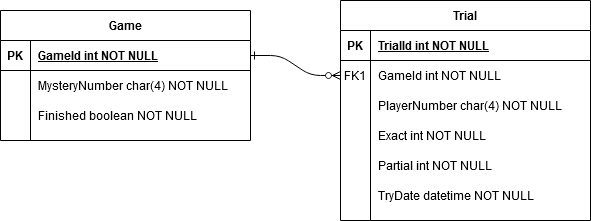
This is GuessNumber-ERD.png from NacerSebtiMS/GuessNumber-SpringBoot-REST, a draw.io export, as it was before one commit. Source tidied: cells renumbered, new cells last; positions are measured from the earlier drawing's top-left corner, leaving out a move shared by most shapes. Its diagram source:
```xml
<mxGraphModel>
  <root>
    <mxCell id="0" />
    <mxCell id="1" parent="0" />
    <mxCell id="2" style="edgeStyle=entityRelationEdgeStyle;endArrow=ERzeroToMany;startArrow=ERone;endFill=1;startFill=0;" parent="1" edge="1" source="23" target="7">
      <mxGeometry relative="1" as="geometry" />
    </mxCell>
    <mxCell id="3" value="Trial" style="shape=table;startSize=30;rowLines=0;fontStyle=1;align=center;" parent="1" vertex="1">
      <mxGeometry x="340" width="250" height="220" as="geometry" />
    </mxCell>
    <mxCell id="4" style="shape=partialRectangle;fillColor=none;top=0;left=0;right=0;bottom=1;" parent="3" vertex="1">
      <mxGeometry y="30" width="250" height="30" as="geometry" />
    </mxCell>
    <mxCell id="5" value="PK" style="shape=partialRectangle;overflow=hidden;fillColor=none;top=0;left=0;bottom=0;right=0;fontStyle=1;" parent="4" vertex="1">
      <mxGeometry width="30" height="30" as="geometry" />
    </mxCell>
    <mxCell id="6" value="TrialId int NOT NULL " style="shape=partialRectangle;overflow=hidden;fillColor=none;top=0;left=0;bottom=0;right=0;align=left;spacingLeft=6;fontStyle=5;" parent="4" vertex="1">
      <mxGeometry x="30" width="220" height="30" as="geometry" />
    </mxCell>
    <mxCell id="7" style="shape=partialRectangle;fillColor=none;points=[[0,0.5],[1,0.5]];portConstraint=eastwest;top=0;left=0;right=0;bottom=0;" parent="3" vertex="1">
      <mxGeometry y="60" width="250" height="30" as="geometry" />
    </mxCell>
    <mxCell id="8" value="FK1" style="shape=partialRectangle;overflow=hidden;fillColor=none;top=0;left=0;bottom=0;right=0;" parent="7" vertex="1">
      <mxGeometry width="30" height="30" as="geometry" />
    </mxCell>
    <mxCell id="9" value="GameId int NOT NULL" style="shape=partialRectangle;overflow=hidden;fillColor=none;top=0;left=0;bottom=0;right=0;align=left;spacingLeft=6;" parent="7" vertex="1">
      <mxGeometry x="30" width="220" height="30" as="geometry" />
    </mxCell>
    <mxCell id="10" style="shape=partialRectangle;fillColor=none;top=0;left=0;right=0;bottom=0;" parent="3" vertex="1">
      <mxGeometry y="90" width="250" height="30" as="geometry" />
    </mxCell>
    <mxCell id="11" style="shape=partialRectangle;overflow=hidden;fillColor=none;top=0;left=0;bottom=0;right=0;" parent="10" vertex="1">
      <mxGeometry width="30" height="30" as="geometry" />
    </mxCell>
    <mxCell id="12" value="PlayerNumber char(4) NOT NULL" style="shape=partialRectangle;overflow=hidden;fillColor=none;top=0;left=0;bottom=0;right=0;align=left;spacingLeft=6;" parent="10" vertex="1">
      <mxGeometry x="30" width="220" height="30" as="geometry" />
    </mxCell>
    <mxCell id="13" style="shape=partialRectangle;fillColor=none;top=0;left=0;right=0;bottom=0;" parent="3" vertex="1">
      <mxGeometry y="120" width="250" height="30" as="geometry" />
    </mxCell>
    <mxCell id="14" style="shape=partialRectangle;overflow=hidden;fillColor=none;top=0;left=0;bottom=0;right=0;" parent="13" vertex="1">
      <mxGeometry width="30" height="30" as="geometry" />
    </mxCell>
    <mxCell id="15" value="Exact int NOT NULL" style="shape=partialRectangle;overflow=hidden;fillColor=none;top=0;left=0;bottom=0;right=0;align=left;spacingLeft=6;" parent="13" vertex="1">
      <mxGeometry x="30" width="220" height="30" as="geometry" />
    </mxCell>
    <mxCell id="16" style="shape=partialRectangle;fillColor=none;top=0;left=0;right=0;bottom=0;" parent="3" vertex="1">
      <mxGeometry y="150" width="250" height="30" as="geometry" />
    </mxCell>
    <mxCell id="17" style="shape=partialRectangle;overflow=hidden;fillColor=none;top=0;left=0;bottom=0;right=0;" parent="16" vertex="1">
      <mxGeometry width="30" height="30" as="geometry" />
    </mxCell>
    <mxCell id="18" value="Partial int NOT NULL" style="shape=partialRectangle;overflow=hidden;fillColor=none;top=0;left=0;bottom=0;right=0;align=left;spacingLeft=6;" parent="16" vertex="1">
      <mxGeometry x="30" width="220" height="30" as="geometry" />
    </mxCell>
    <mxCell id="19" style="shape=partialRectangle;fillColor=none;top=0;left=0;right=0;bottom=0;" parent="3" vertex="1">
      <mxGeometry y="180" width="250" height="30" as="geometry" />
    </mxCell>
    <mxCell id="20" style="shape=partialRectangle;overflow=hidden;fillColor=none;top=0;left=0;bottom=0;right=0;" parent="19" vertex="1">
      <mxGeometry width="30" height="30" as="geometry" />
    </mxCell>
    <mxCell id="21" value="TryDate datetime NOT NULL" style="shape=partialRectangle;overflow=hidden;fillColor=none;top=0;left=0;bottom=0;right=0;align=left;spacingLeft=6;" parent="19" vertex="1">
      <mxGeometry x="30" width="220" height="30" as="geometry" />
    </mxCell>
    <mxCell id="22" value="Game" style="shape=table;startSize=30;rowLines=0;fontStyle=1;align=center;" parent="1" vertex="1">
      <mxGeometry y="10" width="250" height="130" as="geometry" />
    </mxCell>
    <mxCell id="23" style="shape=partialRectangle;fillColor=none;points=[[0,0.5],[1,0.5]];portConstraint=eastwest;top=0;left=0;right=0;bottom=1;" parent="22" vertex="1">
      <mxGeometry y="30" width="250" height="30" as="geometry" />
    </mxCell>
    <mxCell id="24" value="PK" style="shape=partialRectangle;overflow=hidden;fillColor=none;top=0;left=0;bottom=0;right=0;fontStyle=1;" parent="23" vertex="1">
      <mxGeometry width="30" height="30" as="geometry" />
    </mxCell>
    <mxCell id="25" value="GameId int NOT NULL " style="shape=partialRectangle;overflow=hidden;fillColor=none;top=0;left=0;bottom=0;right=0;align=left;spacingLeft=6;fontStyle=5;" parent="23" vertex="1">
      <mxGeometry x="30" width="220" height="30" as="geometry" />
    </mxCell>
    <mxCell id="26" style="shape=partialRectangle;fillColor=none;top=0;left=0;right=0;bottom=0;" parent="22" vertex="1">
      <mxGeometry y="60" width="250" height="30" as="geometry" />
    </mxCell>
    <mxCell id="27" style="shape=partialRectangle;overflow=hidden;fillColor=none;top=0;left=0;bottom=0;right=0;" parent="26" vertex="1">
      <mxGeometry width="30" height="30" as="geometry" />
    </mxCell>
    <mxCell id="28" value="MysteryNumber char(4) NOT NULL" style="shape=partialRectangle;overflow=hidden;fillColor=none;top=0;left=0;bottom=0;right=0;align=left;spacingLeft=6;" parent="26" vertex="1">
      <mxGeometry x="30" width="220" height="30" as="geometry" />
    </mxCell>
    <mxCell id="29" style="shape=partialRectangle;fillColor=none;top=0;left=0;right=0;bottom=0;" parent="22" vertex="1">
      <mxGeometry y="90" width="250" height="30" as="geometry" />
    </mxCell>
    <mxCell id="30" style="shape=partialRectangle;overflow=hidden;fillColor=none;top=0;left=0;bottom=0;right=0;" parent="29" vertex="1">
      <mxGeometry width="30" height="30" as="geometry" />
    </mxCell>
    <mxCell id="31" value="Finished boolean NOT NULL" style="shape=partialRectangle;overflow=hidden;fillColor=none;top=0;left=0;bottom=0;right=0;align=left;spacingLeft=6;" parent="29" vertex="1">
      <mxGeometry x="30" width="220" height="30" as="geometry" />
    </mxCell>
  </root>
</mxGraphModel>
```
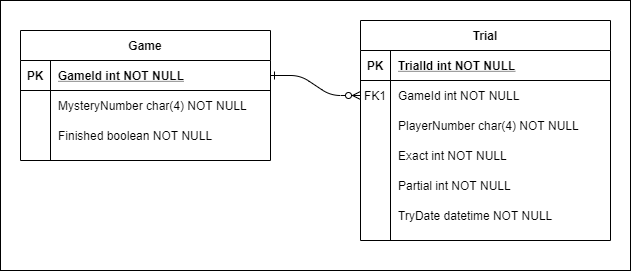
After the commit.

Commit message:
Added white background for the ERD

Diff of the diagram source:
```diff
@@ -2,6 +2,9 @@
   <root>
     <mxCell id="0" />
     <mxCell id="1" parent="0" />
+    <mxCell id="32" style="rounded=0;whiteSpace=wrap;html=1;" parent="1" vertex="1">
+      <mxGeometry x="-20" y="-20" width="630" height="270" as="geometry" />
+    </mxCell>
     <mxCell id="2" style="edgeStyle=entityRelationEdgeStyle;endArrow=ERzeroToMany;startArrow=ERone;endFill=1;startFill=0;" parent="1" edge="1" source="23" target="7">
       <mxGeometry relative="1" as="geometry" />
     </mxCell>
```
